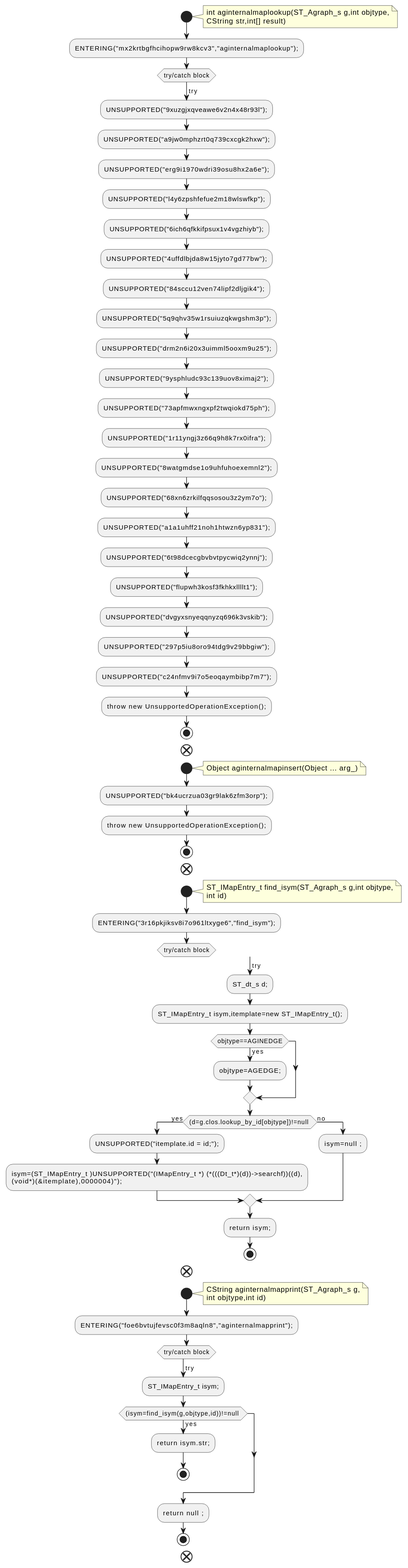
qualitesys/plantuml keeps this PlantUML diagram as docs/qc/src/gen/lib/cgraph/imap__c.java.fct.svg. Above is the earlier version.
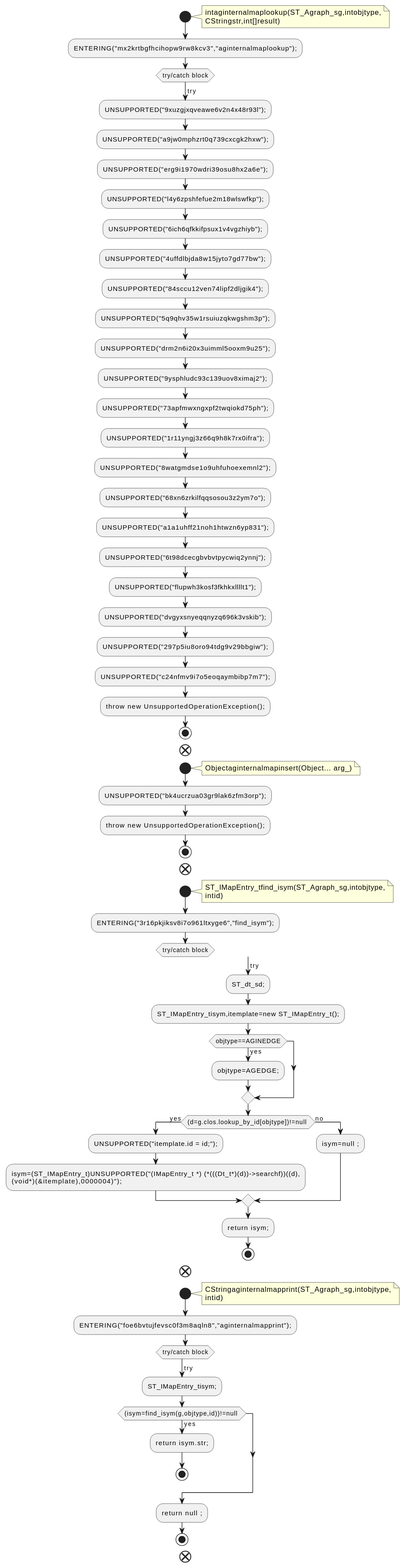
Later version of the same file.

Diff of the diagram source:
```diff
@@ -2,8 +2,8 @@
 !pragma layout smetana
 start
 note right
-int aginternalmaplookup(ST_Agraph_s g,int objtype,
-CString str,int[] result)
+intaginternalmaplookup(ST_Agraph_sg,intobjtype,
+CStringstr,int[]result)
 end note
 :ENTERING("mx2krtbgfhcihopw9rw8kcv3","aginternalmaplookup");;
 switch (try/catch block)
@@ -34,7 +34,7 @@
 end
 start
 note right
-Object aginternalmapinsert(Object ... arg_)
+Objectaginternalmapinsert(Object... arg_)
 end note
 :UNSUPPORTED("bk4ucrzua03gr9lak6zfm3orp");;
 :throw new UnsupportedOperationException();;
@@ -42,20 +42,20 @@
 end
 start
 note right
-ST_IMapEntry_t find_isym(ST_Agraph_s g,int objtype,
-int id)
+ST_IMapEntry_tfind_isym(ST_Agraph_sg,intobjtype,
+intid)
 end note
 :ENTERING("3r16pkjiksv8i7o961ltxyge6","find_isym");;
 switch (try/catch block)
 case (try)
-:ST_dt_s d;;
-:ST_IMapEntry_t isym,itemplate=new ST_IMapEntry_t();;
+:ST_dt_sd;;
+:ST_IMapEntry_tisym,itemplate=new ST_IMapEntry_t();;
 if (objtype==AGINEDGE) then (yes)
 :objtype=AGEDGE;;
 endif
 if ((d=g.clos.lookup_by_id[objtype])!=null ) then (yes)
 :UNSUPPORTED("itemplate.id = id;");;
-:isym=(ST_IMapEntry_t )UNSUPPORTED("(IMapEntry_t *) (*(((Dt_t*)(d))->searchf))((d),
+:isym=(ST_IMapEntry_t)UNSUPPORTED("(IMapEntry_t *) (*(((Dt_t*)(d))->searchf))((d),
 (void*)(&itemplate),0000004)");;
 else (no)
 :isym=null ;;
@@ -66,13 +66,13 @@
 end
 start
 note right
-CString aginternalmapprint(ST_Agraph_s g,
-int objtype,int id)
+CStringaginternalmapprint(ST_Agraph_sg,intobjtype,
+intid)
 end note
 :ENTERING("foe6bvtujfevsc0f3m8aqln8","aginternalmapprint");;
 switch (try/catch block)
 case (try)
-:ST_IMapEntry_t isym;;
+:ST_IMapEntry_tisym;;
 if ((isym=find_isym(g,objtype,id))!=null ) then (yes)
 :return isym.str;;
 stop
```
